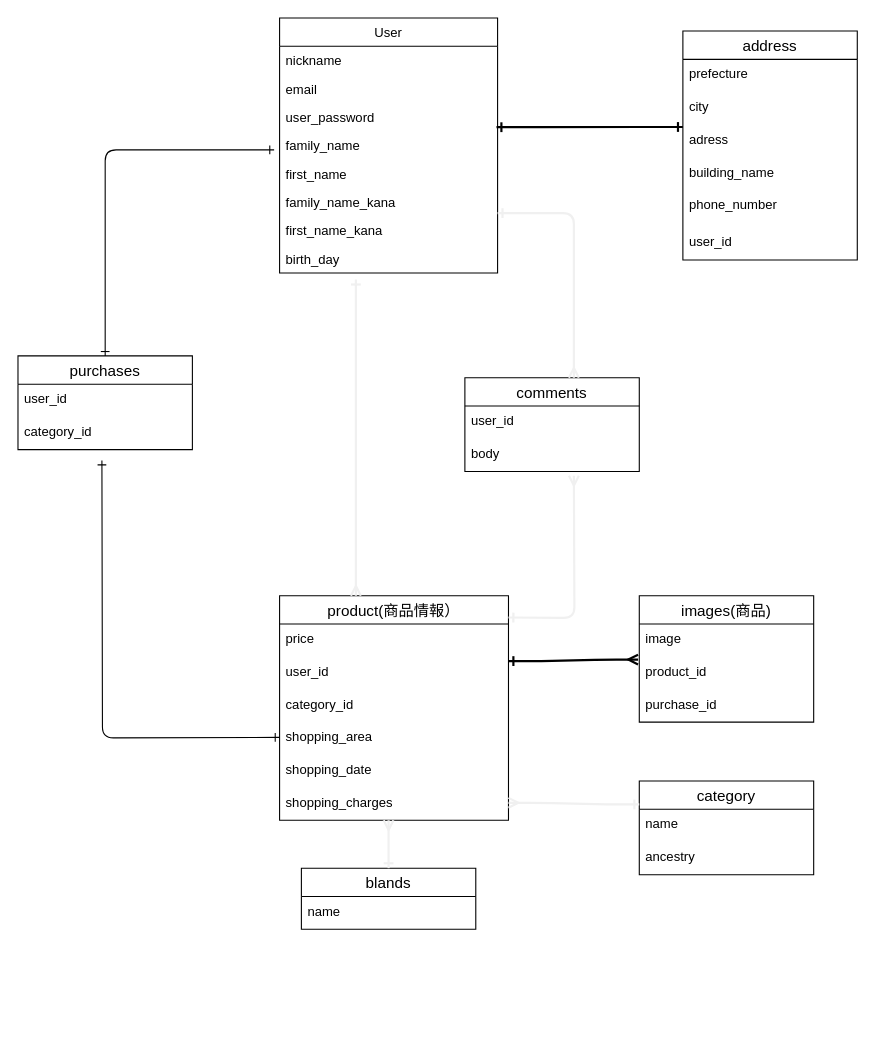
atsushi514/furima-32342 keeps this draw.io diagram as ER.dio. Above is the earlier version. Source tidied: cells renumbered, new cells numbered last; positions are measured from the earlier drawing's top-left corner, leaving out a move shared by most shapes. Both pictures are drawn from the tidied source at 109%, with x=0, y=0 at pixel (17, 17).
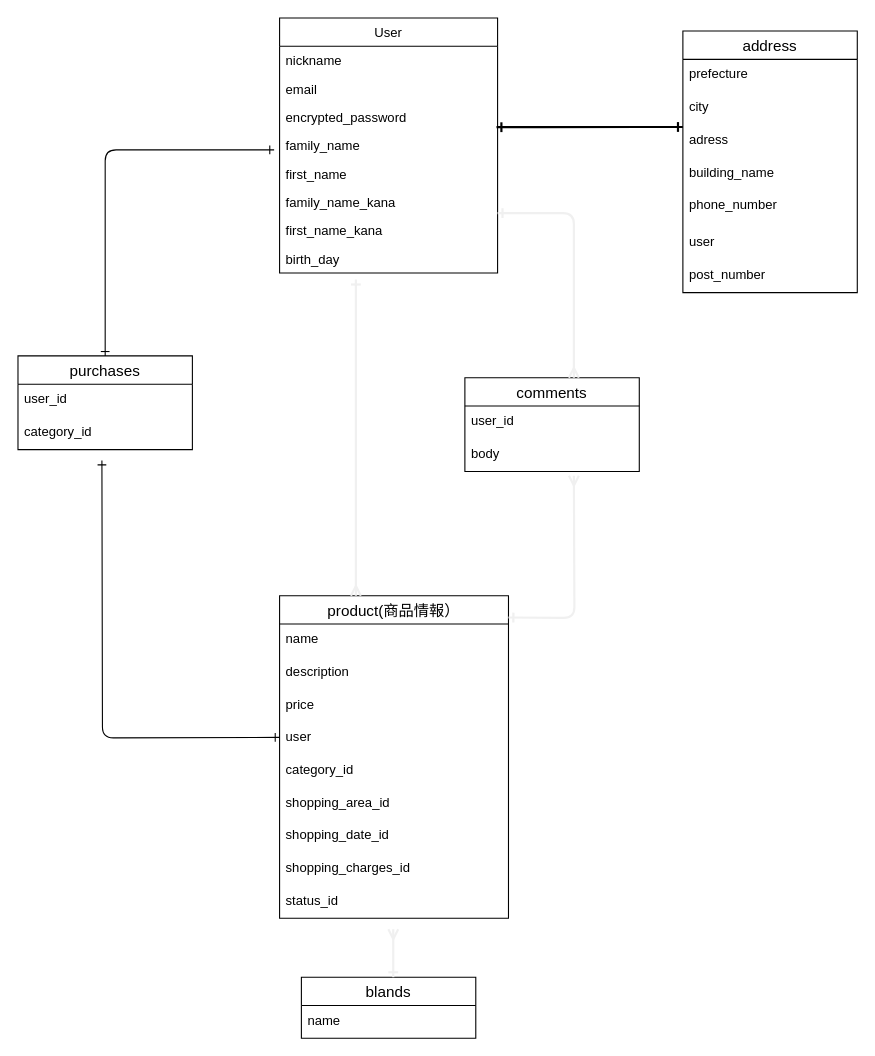
After the change.

Commit message (it also covers changes not shown here):
データベース設計変更

The change refers to these unchanged cells:
```xml
<mxCell id="2" value="User" style="swimlane;fontStyle=0;horizontal=1;startSize=26;fillColor=none;" parent="1" vertex="1">
  <mxGeometry x="240" width="200" height="234" as="geometry" />
</mxCell>
```

The edit, as a diff of the source:
```diff
@@
-    <mxCell id="5" value="user_password" style="text;strokeColor=none;fillColor=none;align=left;verticalAlign=top;spacingLeft=4;spacingRight=4;overflow=hidden;" parent="2" vertex="1">
+    <mxCell id="5" value="encrypted_password" style="text;strokeColor=none;fillColor=none;align=left;verticalAlign=top;spacingLeft=4;spacingRight=4;overflow=hidden;" parent="2" vertex="1">
       <mxGeometry y="78" width="200" height="26" as="geometry" />
     </mxCell>
@@
     <mxCell id="11" value="product(商品情報）" style="swimlane;fontStyle=0;horizontal=1;startSize=26;align=center;fontSize=14;" parent="1" vertex="1">
-      <mxGeometry x="240" y="530" width="210" height="206" as="geometry" />
+      <mxGeometry x="240" y="530" width="210" height="296" as="geometry" />
     </mxCell>
-    <mxCell id="12" value="price" style="text;strokeColor=none;fillColor=none;spacingLeft=4;spacingRight=4;overflow=hidden;fontSize=12;" parent="11" vertex="1">
+    <mxCell id="12" value="name" style="text;strokeColor=none;fillColor=none;spacingLeft=4;spacingRight=4;overflow=hidden;fontSize=12;" parent="11" vertex="1">
       <mxGeometry y="26" width="210" height="30" as="geometry" />
     </mxCell>
+    <mxCell id="49" value="description" style="text;strokeColor=none;fillColor=none;spacingLeft=4;spacingRight=4;overflow=hidden;fontSize=12;" parent="11" vertex="1">
+      <mxGeometry y="56" width="210" height="30" as="geometry" />
+    </mxCell>
+    <mxCell id="50" value="price" style="text;strokeColor=none;fillColor=none;spacingLeft=4;spacingRight=4;overflow=hidden;fontSize=12;" parent="11" vertex="1">
+      <mxGeometry y="86" width="210" height="30" as="geometry" />
+    </mxCell>
-    <mxCell id="13" value="user_id" style="text;strokeColor=none;fillColor=none;spacingLeft=4;spacingRight=4;overflow=hidden;fontSize=12;" parent="11" vertex="1">
-      <mxGeometry y="56" width="210" height="30" as="geometry" />
+    <mxCell id="13" value="user" style="text;strokeColor=none;fillColor=none;spacingLeft=4;spacingRight=4;overflow=hidden;fontSize=12;" parent="11" vertex="1">
+      <mxGeometry y="116" width="210" height="30" as="geometry" />
     </mxCell>
     <mxCell id="14" value="category_id" style="text;strokeColor=none;fillColor=none;spacingLeft=4;spacingRight=4;overflow=hidden;fontSize=12;" parent="11" vertex="1">
-      <mxGeometry y="86" width="210" height="30" as="geometry" />
+      <mxGeometry y="146" width="210" height="30" as="geometry" />
     </mxCell>
-    <mxCell id="15" value="shopping_area" style="text;strokeColor=none;fillColor=none;spacingLeft=4;spacingRight=4;overflow=hidden;fontSize=12;" parent="11" vertex="1">
-      <mxGeometry y="116" width="210" height="30" as="geometry" />
+    <mxCell id="15" value="shopping_area_id" style="text;strokeColor=none;fillColor=none;spacingLeft=4;spacingRight=4;overflow=hidden;fontSize=12;" parent="11" vertex="1">
+      <mxGeometry y="176" width="210" height="30" as="geometry" />
     </mxCell>
-    <mxCell id="16" value="shopping_date" style="text;strokeColor=none;fillColor=none;spacingLeft=4;spacingRight=4;overflow=hidden;fontSize=12;" parent="11" vertex="1">
-      <mxGeometry y="146" width="210" height="30" as="geometry" />
+    <mxCell id="16" value="shopping_date_id" style="text;strokeColor=none;fillColor=none;spacingLeft=4;spacingRight=4;overflow=hidden;fontSize=12;" parent="11" vertex="1">
+      <mxGeometry y="206" width="210" height="30" as="geometry" />
     </mxCell>
-    <mxCell id="17" value="shopping_charges" style="text;strokeColor=none;fillColor=none;spacingLeft=4;spacingRight=4;overflow=hidden;fontSize=12;" parent="11" vertex="1">
-      <mxGeometry y="176" width="210" height="30" as="geometry" />
+    <mxCell id="17" value="shopping_charges_id" style="text;strokeColor=none;fillColor=none;spacingLeft=4;spacingRight=4;overflow=hidden;fontSize=12;" parent="11" vertex="1">
+      <mxGeometry y="236" width="210" height="30" as="geometry" />
     </mxCell>
-    <mxCell id="18" value="images(商品)" style="swimlane;fontStyle=0;horizontal=1;startSize=26;align=center;fontSize=14;" parent="1" vertex="1">
-      <mxGeometry x="570" y="530" width="160" height="116" as="geometry" />
-    </mxCell>
-    <mxCell id="19" value="image" style="text;strokeColor=none;fillColor=none;spacingLeft=4;spacingRight=4;overflow=hidden;fontSize=12;" parent="18" vertex="1">
-      <mxGeometry y="26" width="160" height="30" as="geometry" />
-    </mxCell>
-    <mxCell id="20" value="product_id" style="text;strokeColor=none;fillColor=none;spacingLeft=4;spacingRight=4;overflow=hidden;points=[[0,0.5],[1,0.5]];portConstraint=eastwest;fontSize=12;" parent="18" vertex="1">
-      <mxGeometry y="56" width="160" height="30" as="geometry" />
-    </mxCell>
-    <mxCell id="21" value="purchase_id" style="text;strokeColor=none;fillColor=none;spacingLeft=4;spacingRight=4;overflow=hidden;fontSize=12;" parent="18" vertex="1">
-      <mxGeometry y="86" width="160" height="30" as="geometry" />
-    </mxCell>
-    <mxCell id="22" value="category" style="swimlane;fontStyle=0;horizontal=1;startSize=26;align=center;fontSize=14;" parent="1" vertex="1">
-      <mxGeometry x="570" y="700" width="160" height="86" as="geometry" />
-    </mxCell>
-    <mxCell id="23" value="name" style="text;strokeColor=none;fillColor=none;spacingLeft=4;spacingRight=4;overflow=hidden;fontSize=12;" parent="22" vertex="1">
-      <mxGeometry y="26" width="160" height="30" as="geometry" />
-    </mxCell>
-    <mxCell id="24" value="ancestry" style="text;strokeColor=none;fillColor=none;spacingLeft=4;spacingRight=4;overflow=hidden;fontSize=12;" parent="22" vertex="1">
-      <mxGeometry y="56" width="160" height="30" as="geometry" />
-    </mxCell>
+    <mxCell id="51" value="status_id" style="text;strokeColor=none;fillColor=none;spacingLeft=4;spacingRight=4;overflow=hidden;fontSize=12;" parent="11" vertex="1">
+      <mxGeometry y="266" width="210" height="30" as="geometry" />
+    </mxCell>
     <mxCell id="25" value="blands" style="swimlane;fontStyle=0;horizontal=1;startSize=26;align=center;fontSize=14;" parent="1" vertex="1">
-      <mxGeometry x="260" y="780" width="160" height="56" as="geometry" />
+      <mxGeometry x="260" y="880" width="160" height="56" as="geometry" />
     </mxCell>
@@
     <mxCell id="27" value="address" style="swimlane;fontStyle=0;horizontal=1;startSize=26;align=center;fontSize=14;" parent="1" vertex="1">
-      <mxGeometry x="610" y="12" width="160" height="210" as="geometry" />
+      <mxGeometry x="610" y="12" width="160" height="240" as="geometry" />
     </mxCell>
@@
-    <mxCell id="33" value="user_id" style="text;strokeColor=none;fillColor=none;spacingLeft=4;spacingRight=4;overflow=hidden;fontSize=12;" parent="27" vertex="1">
+    <mxCell id="33" value="user" style="text;strokeColor=none;fillColor=none;spacingLeft=4;spacingRight=4;overflow=hidden;fontSize=12;" parent="27" vertex="1">
       <mxGeometry y="180" width="160" height="30" as="geometry" />
     </mxCell>
+    <mxCell id="52" value="post_number" style="text;strokeColor=none;fillColor=none;spacingLeft=4;spacingRight=4;overflow=hidden;fontSize=12;" parent="27" vertex="1">
+      <mxGeometry y="210" width="160" height="30" as="geometry" />
+    </mxCell>
@@
-    <mxCell id="38" style="edgeStyle=entityRelationEdgeStyle;fontSize=12;html=1;endArrow=ERmany;startArrow=ERone;entryX=-0.007;entryY=0.087;entryDx=0;entryDy=0;entryPerimeter=0;endFill=0;startFill=0;strokeWidth=2;" parent="1" edge="1" target="20">
-      <mxGeometry relative="1" as="geometry">
-        <mxPoint x="450" y="590" as="sourcePoint" />
-      </mxGeometry>
-    </mxCell>
@@
-    <mxCell id="40" style="edgeStyle=entityRelationEdgeStyle;fontSize=12;html=1;endArrow=ERone;startArrow=ERmany;strokeColor=#f0f0f0;entryX=0;entryY=0.25;entryDx=0;entryDy=0;startFill=0;endFill=0;strokeWidth=2;" parent="1" edge="1" target="22">
-      <mxGeometry relative="1" as="geometry">
-        <mxPoint x="450" y="720" as="sourcePoint" />
-      </mxGeometry>
-    </mxCell>
@@
     <mxCell id="48" style="fontSize=12;html=1;endArrow=ERmany;strokeColor=#f0f0f0;strokeWidth=2;startArrow=ERone;startFill=0;endFill=0;" parent="1" edge="1">
       <mxGeometry relative="1" as="geometry">
-        <mxPoint x="340" y="780" as="sourcePoint" />
-        <mxPoint x="340" y="736" as="targetPoint" />
+        <mxPoint x="344.3" y="880" as="sourcePoint" />
+        <mxPoint x="344.3" y="836" as="targetPoint" />
         <Array as="points">
-          <mxPoint x="340" y="736" />
+          <mxPoint x="344.3" y="836" />
         </Array>
       </mxGeometry>
     </mxCell>
```
